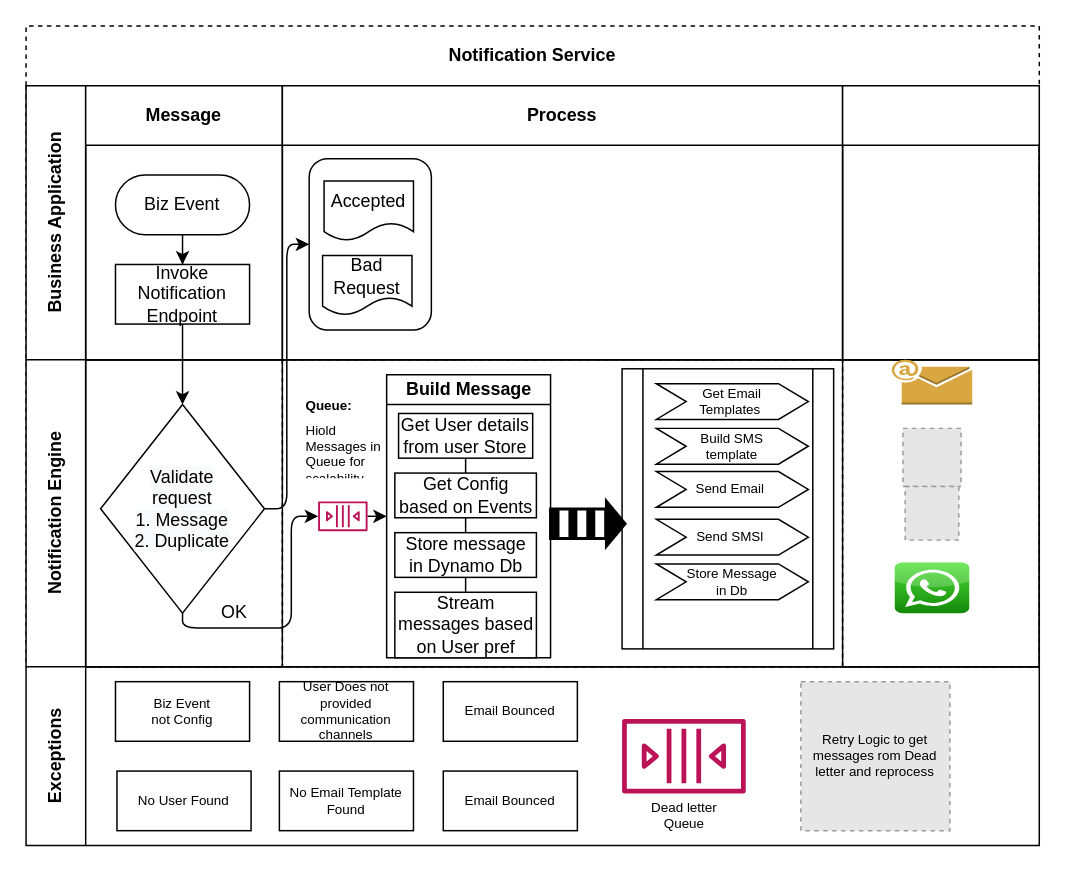
Before: Untitled Diagram.drawio in RahulFreeCoder/medical-house, a draw.io diagram. Source tidied: cells renumbered, new cells numbered last; positions are measured from the earlier drawing's top-left corner, leaving out a move shared by most shapes. Both pictures are drawn from the tidied source at 149%, with x=0, y=0 at pixel (25, 25). Pictures stored in the file or linked from it are replaced by grey dashed boxes.
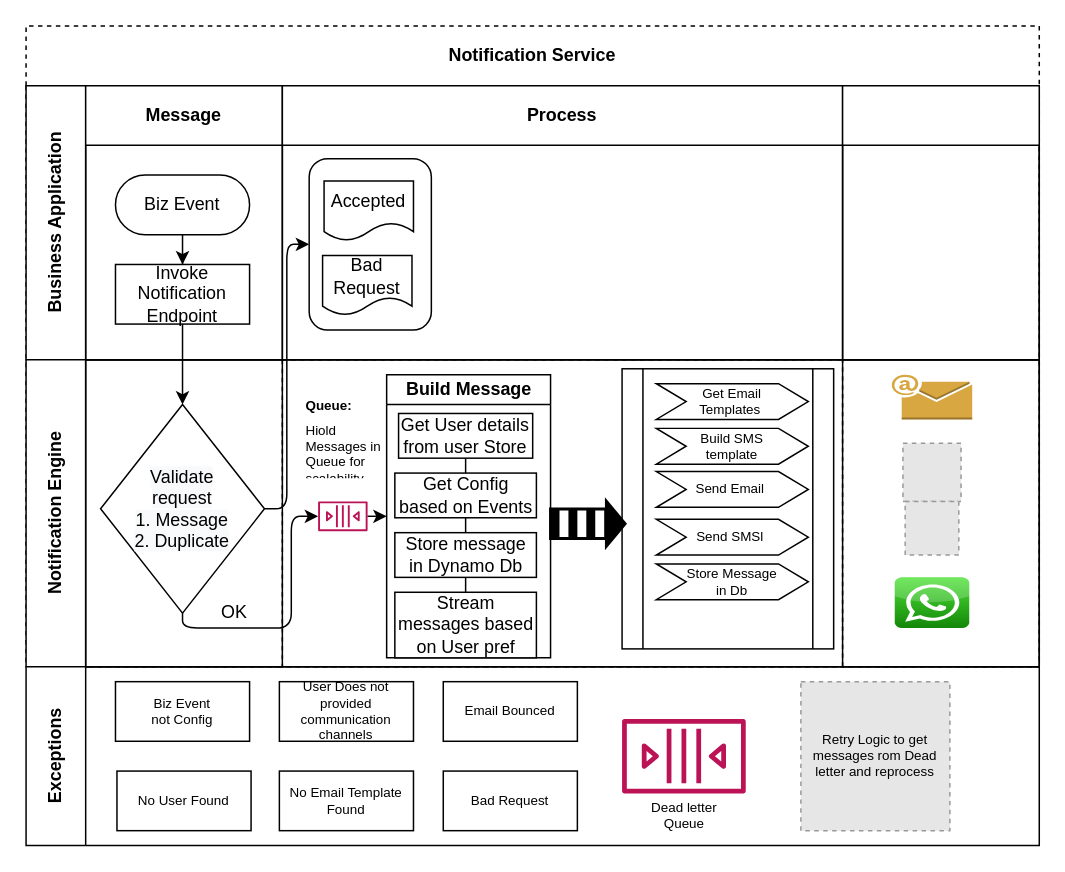
The same page after the edit.

Unchanged cells that the change refers to:
```xml
<mxCell id="38" style="swimlane;startSize=0;html=1;whiteSpace=wrap;" parent="15" vertex="1">
  <mxGeometry x="548" width="132" height="206" as="geometry" />
</mxCell>
<mxCell id="45" value="Exceptions" style="swimlane;horizontal=0;startSize=40;html=1;whiteSpace=wrap;" parent="1" vertex="1">
  <mxGeometry y="430" width="680" height="120" as="geometry" />
</mxCell>
```

The edit, as a diff of the source:
```diff
@@
     <mxCell id="39" style="dashed=0;verticalLabelPosition=bottom;verticalAlign=top;align=center;html=1;shape=mxgraph.aws3.email;fillColor=#D9A741;gradientColor=none;glass=0;fontSize=9;" parent="38" vertex="1">
-      <mxGeometry x="33" width="54" height="30" as="geometry" />
+      <mxGeometry x="33" y="10" width="54" height="30" as="geometry" />
     </mxCell>
     <mxCell id="40" style="fillColor=#E6E6E6;strokeColor=#999999;dashed=1;html=1;verticalAlign=top;verticalLabelPosition=bottom;labelBackgroundColor=#ffffff;fontSize=9;" parent="38" vertex="1">
-      <mxGeometry x="40.5" y="46" width="39" height="39" as="geometry" />
+      <mxGeometry x="40.5" y="56" width="39" height="39" as="geometry" />
     </mxCell>
     <mxCell id="41" style="fillColor=#E6E6E6;strokeColor=#999999;dashed=1;html=1;verticalAlign=top;verticalLabelPosition=bottom;labelBackgroundColor=#ffffff;fontSize=9;" parent="38" vertex="1">
-      <mxGeometry x="42" y="85" width="36" height="36" as="geometry" />
+      <mxGeometry x="42" y="95" width="36" height="36" as="geometry" />
     </mxCell>
     <mxCell id="42" style="dashed=0;html=1;align=center;labelPosition=center;verticalLabelPosition=bottom;verticalAlign=top;shape=mxgraph.webicons.whatsapp;fillColor=#4FE238;gradientColor=#138709;glass=0;fontSize=9;" parent="38" vertex="1">
-      <mxGeometry x="35" y="136" width="50" height="34" as="geometry" />
+      <mxGeometry x="35" y="146" width="50" height="34" as="geometry" />
     </mxCell>
@@
-    <mxCell id="50" value="Email Bounced" style="rounded=0;whiteSpace=wrap;html=1;glass=0;fontSize=9;" parent="45" vertex="1">
+    <mxCell id="50" value="Bad Request" style="rounded=0;whiteSpace=wrap;html=1;glass=0;fontSize=9;" parent="45" vertex="1">
       <mxGeometry x="280" y="70" width="90" height="40" as="geometry" />
     </mxCell>
```
